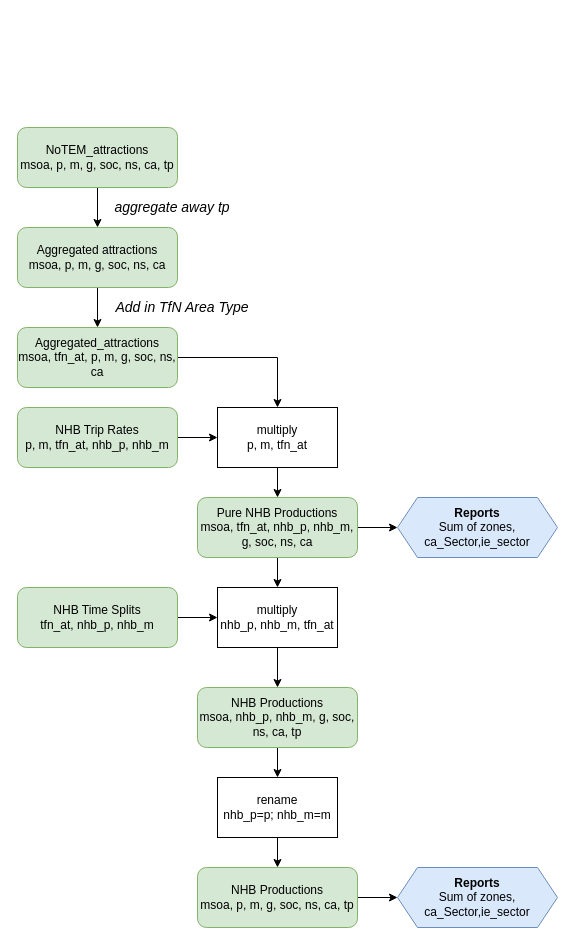
Before: page "NHB Productions Code Flow" (5 of 5) of docs/op_models/NoTEM/NoTEM Code Structure.drawio in Transport-for-the-North/NorMITs-Demand, a draw.io diagram. Source tidied: cells renumbered, new cells numbered last; positions are measured from the earlier drawing's top-left corner, leaving out a move shared by most shapes. Both pictures are drawn from the tidied source at 100%, with x=0, y=0 at pixel (17, 127).
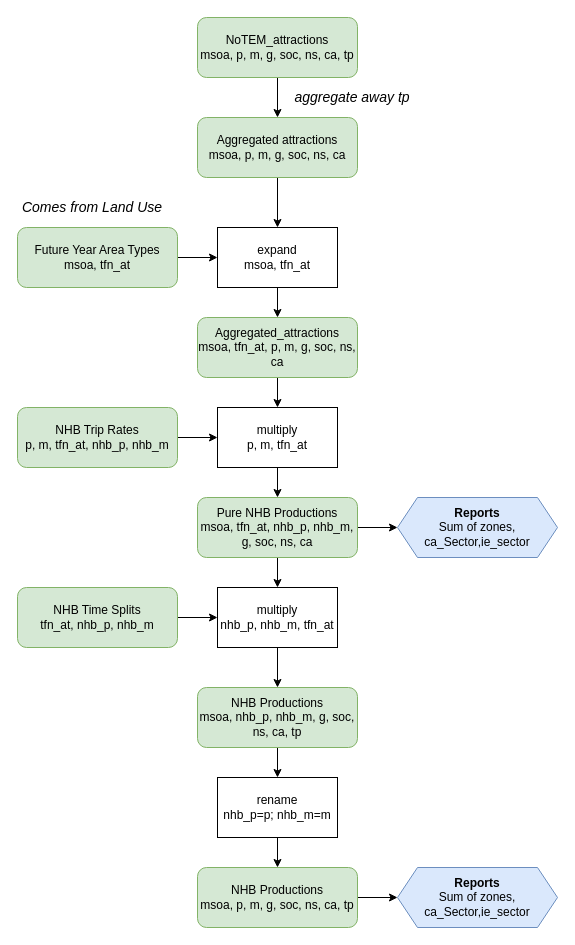
The same diagram, later.

Diff of the diagram source:
```diff
@@
     <mxCell id="3" value="Aggregated_attractions&lt;br&gt;msoa, tfn_at, p, m, g, soc, ns, ca" style="rounded=1;whiteSpace=wrap;html=1;fillColor=#d5e8d4;strokeColor=#82b366;" parent="1" vertex="1">
-      <mxGeometry y="200" width="160" height="60" as="geometry" />
+      <mxGeometry x="180" y="190" width="160" height="60" as="geometry" />
     </mxCell>
@@
     <mxCell id="15" value="NoTEM_attractions&lt;br&gt;msoa, p, m, g, soc, ns, ca, tp" style="rounded=1;whiteSpace=wrap;html=1;fillColor=#d5e8d4;strokeColor=#82b366;" parent="1" vertex="1">
-      <mxGeometry width="160" height="60" as="geometry" />
+      <mxGeometry x="180" y="-110" width="160" height="60" as="geometry" />
     </mxCell>
-    <mxCell id="16" style="edgeStyle=orthogonalEdgeStyle;rounded=0;jettySize=auto;html=1;" parent="1" edge="1" source="17" target="3">
-      <mxGeometry relative="1" as="geometry" />
-    </mxCell>
+    <mxCell id="29" style="edgeStyle=orthogonalEdgeStyle;rounded=0;jettySize=auto;html=1;" parent="1" edge="1" source="17" target="31">
+      <mxGeometry relative="1" as="geometry" />
+    </mxCell>
     <mxCell id="17" value="Aggregated attractions&lt;br&gt;msoa, p, m, g, soc, ns, ca" style="rounded=1;whiteSpace=wrap;html=1;fillColor=#d5e8d4;strokeColor=#82b366;" parent="1" vertex="1">
-      <mxGeometry y="100" width="160" height="60" as="geometry" />
+      <mxGeometry x="180" y="-10" width="160" height="60" as="geometry" />
     </mxCell>
-    <mxCell id="18" value="&lt;span style=&quot;font-size: 14px&quot;&gt;&lt;i&gt;Add in TfN Area Type&lt;/i&gt;&lt;/span&gt;" style="text;html=1;strokeColor=none;fillColor=none;align=center;verticalAlign=middle;whiteSpace=wrap;rounded=0;" parent="1" vertex="1">
-      <mxGeometry x="90" y="170" width="150" height="20" as="geometry" />
-    </mxCell>
     <mxCell id="19" value="&lt;i&gt;&lt;font style=&quot;font-size: 14px&quot;&gt;aggregate away tp&lt;/font&gt;&lt;/i&gt;" style="text;html=1;strokeColor=none;fillColor=none;align=center;verticalAlign=middle;whiteSpace=wrap;rounded=0;" parent="1" vertex="1">
-      <mxGeometry x="90" y="70" width="130" height="20" as="geometry" />
+      <mxGeometry x="270" y="-40" width="130" height="20" as="geometry" />
     </mxCell>
@@
+    <mxCell id="30" style="edgeStyle=orthogonalEdgeStyle;rounded=0;jettySize=auto;html=1;" parent="1" edge="1" source="31" target="3">
+      <mxGeometry relative="1" as="geometry" />
+    </mxCell>
+    <mxCell id="31" value="expand&lt;br&gt;msoa, tfn_at" style="rounded=0;whiteSpace=wrap;html=1;" parent="1" vertex="1">
+      <mxGeometry x="200" y="100" width="120" height="60" as="geometry" />
+    </mxCell>
+    <mxCell id="32" style="edgeStyle=orthogonalEdgeStyle;rounded=0;jettySize=auto;html=1;" parent="1" edge="1" source="33" target="31">
+      <mxGeometry relative="1" as="geometry" />
+    </mxCell>
+    <mxCell id="33" value="Future Year Area Types&lt;br&gt;msoa, tfn_at" style="rounded=1;whiteSpace=wrap;html=1;fillColor=#d5e8d4;strokeColor=#82b366;" parent="1" vertex="1">
+      <mxGeometry y="100" width="160" height="60" as="geometry" />
+    </mxCell>
+    <mxCell id="34" value="&lt;i&gt;&lt;font style=&quot;font-size: 14px&quot;&gt;Comes from Land Use&lt;/font&gt;&lt;/i&gt;" style="text;html=1;strokeColor=none;fillColor=none;align=center;verticalAlign=middle;whiteSpace=wrap;rounded=0;" parent="1" vertex="1">
+      <mxGeometry y="70" width="150" height="20" as="geometry" />
+    </mxCell>
```
